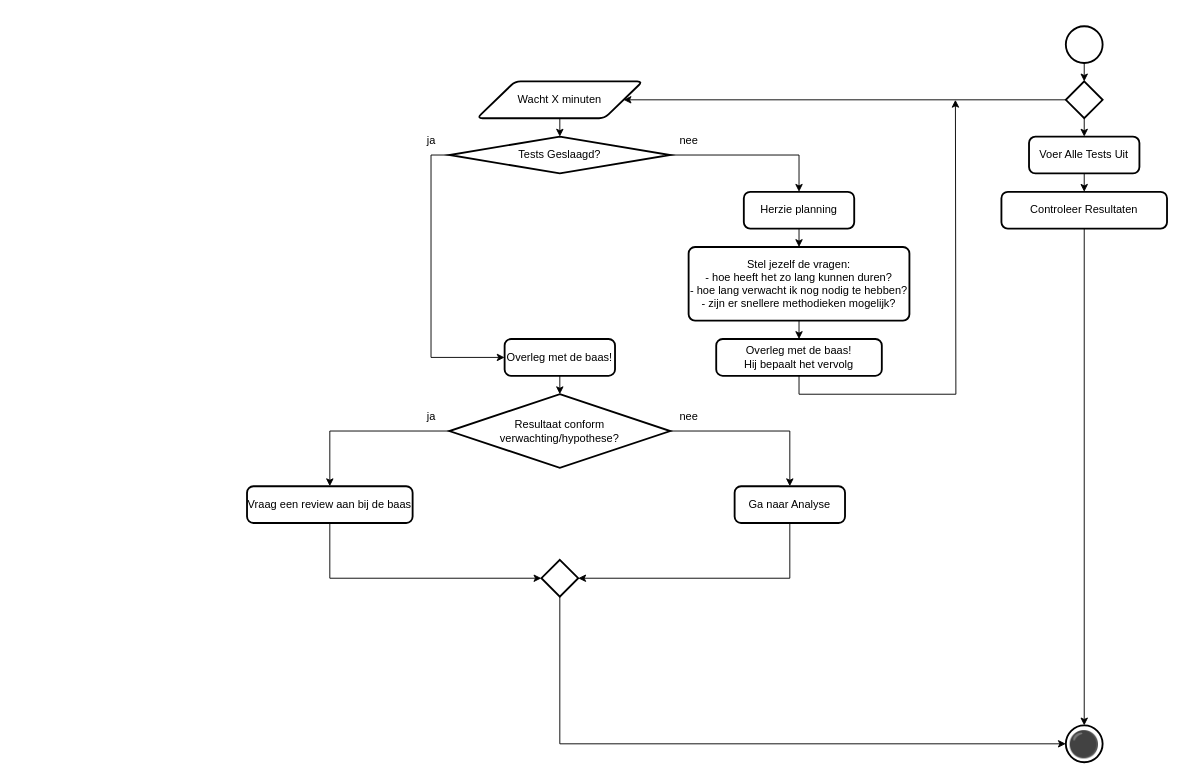
Earlier version of the draw.io diagram 5 Issue Tracker test.drawio (Zaibatsu89/IssueTracker). Source tidied: cells renumbered, new cells numbered last; positions are measured from the earlier drawing's top-left corner, leaving out a move shared by most shapes. Both pictures are drawn from the tidied source at 92%, with x=0, y=0 at pixel (247, 26).
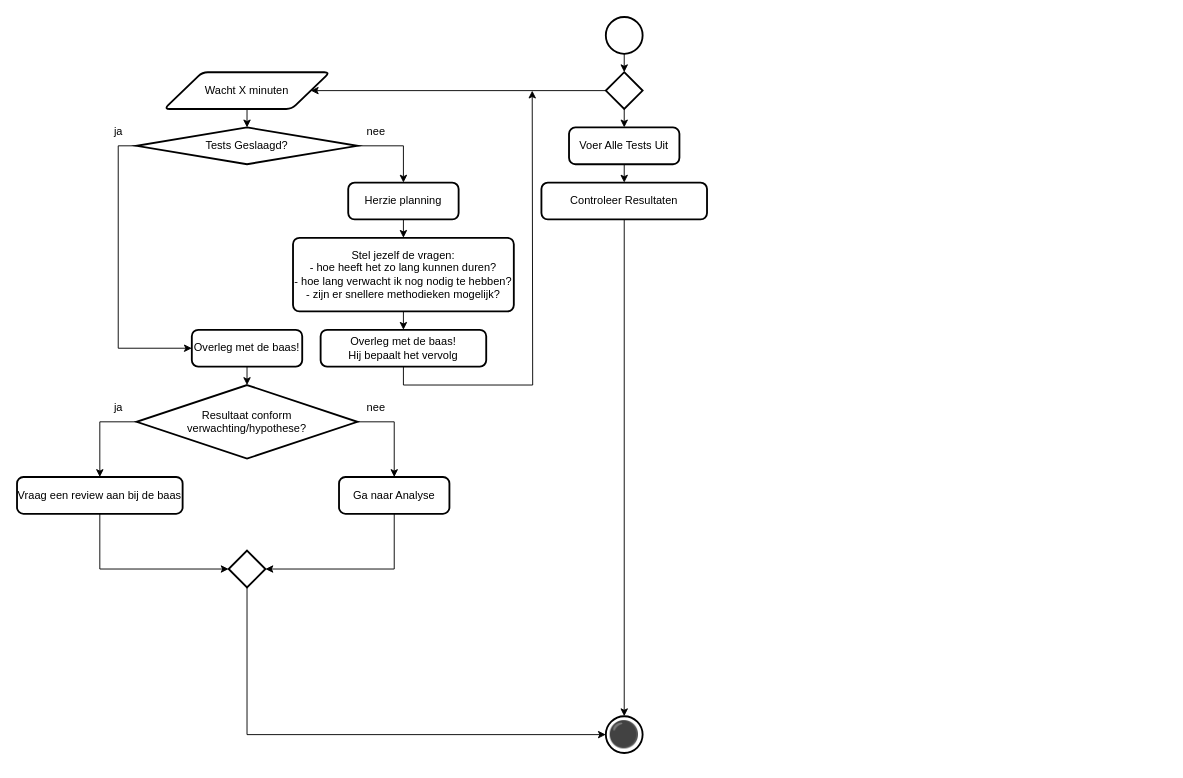
The same page after the edit.

The edit, as a diff of the source:
```diff
@@
     <mxCell id="2" style="strokeWidth=2;html=1;shape=mxgraph.flowchart.start_2;whiteSpace=wrap;" parent="1" vertex="1">
-      <mxGeometry x="890" width="40" height="40" as="geometry" />
+      <mxGeometry x="390" y="-10" width="40" height="40" as="geometry" />
     </mxCell>
@@
     <mxCell id="4" value="Voer Alle Tests Uit" style="rounded=1;whiteSpace=wrap;html=1;absoluteArcSize=1;arcSize=14;strokeWidth=2;" parent="1" vertex="1">
-      <mxGeometry x="850" y="120" width="120" height="40" as="geometry" />
+      <mxGeometry x="350" y="110" width="120" height="40" as="geometry" />
     </mxCell>
     <mxCell id="5" value="Controleer Resultaten" style="rounded=1;whiteSpace=wrap;html=1;absoluteArcSize=1;arcSize=14;strokeWidth=2;" parent="1" vertex="1">
-      <mxGeometry x="820" y="180" width="180" height="40" as="geometry" />
+      <mxGeometry x="320" y="170" width="180" height="40" as="geometry" />
     </mxCell>
@@
     <mxCell id="8" value="Tests Geslaagd?" style="strokeWidth=2;html=1;shape=mxgraph.flowchart.decision;whiteSpace=wrap;" parent="1" vertex="1">
-      <mxGeometry x="220" y="120" width="240" height="40" as="geometry" />
+      <mxGeometry x="-120" y="110" width="240" height="40" as="geometry" />
     </mxCell>
     <mxCell id="9" value="Vraag een review aan bij de baas" style="rounded=1;whiteSpace=wrap;html=1;absoluteArcSize=1;arcSize=14;strokeWidth=2;" parent="1" vertex="1">
-      <mxGeometry y="500" width="180" height="40" as="geometry" />
+      <mxGeometry x="-250" y="490" width="180" height="40" as="geometry" />
     </mxCell>
     <mxCell id="10" value="Ga naar Analyse" style="rounded=1;whiteSpace=wrap;html=1;absoluteArcSize=1;arcSize=14;strokeWidth=2;" parent="1" vertex="1">
-      <mxGeometry x="530" y="500" width="120" height="40" as="geometry" />
+      <mxGeometry x="100" y="490" width="120" height="40" as="geometry" />
     </mxCell>
     <mxCell id="11" value="ja" style="text;html=1;align=center;verticalAlign=middle;strokeColor=none;fillColor=none;" parent="1" vertex="1">
-      <mxGeometry x="185" y="110" width="30" height="30" as="geometry" />
+      <mxGeometry x="-155" y="100" width="30" height="30" as="geometry" />
     </mxCell>
     <mxCell id="12" value="nee" style="text;html=1;align=center;verticalAlign=middle;strokeColor=none;fillColor=none;" parent="1" vertex="1">
-      <mxGeometry x="460" y="110" width="40" height="30" as="geometry" />
+      <mxGeometry x="120" y="100" width="40" height="30" as="geometry" />
     </mxCell>
     <mxCell id="13" value="Overleg met de baas!" style="rounded=1;whiteSpace=wrap;html=1;absoluteArcSize=1;arcSize=14;strokeWidth=2;" parent="1" vertex="1">
-      <mxGeometry x="280" y="340" width="120" height="40" as="geometry" />
+      <mxGeometry x="-60" y="330" width="120" height="40" as="geometry" />
     </mxCell>
@@
     <mxCell id="16" value="Resultaat conform&lt;br&gt;verwachting/hypothese?" style="strokeWidth=2;html=1;shape=mxgraph.flowchart.decision;whiteSpace=wrap;" parent="1" vertex="1">
-      <mxGeometry x="220" y="400" width="240" height="80" as="geometry" />
+      <mxGeometry x="-120" y="390" width="240" height="80" as="geometry" />
     </mxCell>
     <mxCell id="17" value="ja" style="text;html=1;align=center;verticalAlign=middle;strokeColor=none;fillColor=none;" parent="1" vertex="1">
-      <mxGeometry x="185" y="410" width="30" height="30" as="geometry" />
+      <mxGeometry x="-155" y="400" width="30" height="30" as="geometry" />
     </mxCell>
     <mxCell id="18" value="nee" style="text;html=1;align=center;verticalAlign=middle;strokeColor=none;fillColor=none;" parent="1" vertex="1">
-      <mxGeometry x="460" y="410" width="40" height="30" as="geometry" />
+      <mxGeometry x="120" y="400" width="40" height="30" as="geometry" />
     </mxCell>
@@
     <mxCell id="22" style="strokeWidth=2;html=1;shape=mxgraph.flowchart.decision;whiteSpace=wrap;" parent="1" vertex="1">
-      <mxGeometry x="890" y="60" width="40" height="40" as="geometry" />
+      <mxGeometry x="390" y="50" width="40" height="40" as="geometry" />
     </mxCell>
@@
     <mxCell id="24" value="Wacht X minuten" style="shape=parallelogram;html=1;strokeWidth=2;perimeter=parallelogramPerimeter;whiteSpace=wrap;rounded=1;arcSize=12;size=0.23;" parent="1" vertex="1">
-      <mxGeometry x="250" y="60" width="180" height="40" as="geometry" />
+      <mxGeometry x="-90" y="50" width="180" height="40" as="geometry" />
     </mxCell>
@@
     <mxCell id="27" value="Herzie planning" style="rounded=1;whiteSpace=wrap;html=1;absoluteArcSize=1;arcSize=14;strokeWidth=2;" parent="1" vertex="1">
-      <mxGeometry x="540" y="180" width="120" height="40" as="geometry" />
+      <mxGeometry x="110" y="170" width="120" height="40" as="geometry" />
     </mxCell>
@@
     <mxCell id="29" value="Stel jezelf de vragen:&lt;div&gt;- hoe heeft het zo lang kunnen duren?&lt;/div&gt;&lt;div&gt;- hoe lang verwacht ik nog nodig te hebben?&lt;/div&gt;&lt;div&gt;- zijn er snellere methodieken mogelijk?&lt;/div&gt;" style="rounded=1;whiteSpace=wrap;html=1;absoluteArcSize=1;arcSize=14;strokeWidth=2;" parent="1" vertex="1">
-      <mxGeometry x="480" y="240" width="240" height="80" as="geometry" />
+      <mxGeometry x="50" y="230" width="240" height="80" as="geometry" />
     </mxCell>
-    <mxCell id="30" style="edgeStyle=orthogonalEdgeStyle;rounded=0;jettySize=auto;html=1;exitX=0.5;exitY=1;exitDx=0;exitDy=0;" parent="1" edge="1" source="31">
-      <mxGeometry relative="1" as="geometry">
-        <mxPoint x="770" y="80" as="targetPoint" />
-      </mxGeometry>
-    </mxCell>
+    <mxCell id="38" style="edgeStyle=orthogonalEdgeStyle;rounded=0;jettySize=auto;html=1;exitX=0.5;exitY=1;exitDx=0;exitDy=0;" parent="1" edge="1" source="31">
+      <mxGeometry relative="1" as="geometry">
+        <mxPoint x="310" y="70" as="targetPoint" />
+      </mxGeometry>
+    </mxCell>
     <mxCell id="31" value="Overleg met de baas!&lt;br&gt;Hij bepaalt het vervolg" style="rounded=1;whiteSpace=wrap;html=1;absoluteArcSize=1;arcSize=14;strokeWidth=2;" parent="1" vertex="1">
-      <mxGeometry x="510" y="340" width="180" height="40" as="geometry" />
+      <mxGeometry x="80" y="330" width="180" height="40" as="geometry" />
     </mxCell>
     <mxCell id="32" value="⚫" style="strokeWidth=2;html=1;shape=mxgraph.flowchart.start_2;whiteSpace=wrap;fontSize=28;" parent="1" vertex="1">
-      <mxGeometry x="890" y="760" width="40" height="40" as="geometry" />
+      <mxGeometry x="390" y="750" width="40" height="40" as="geometry" />
     </mxCell>
@@
     <mxCell id="34" style="strokeWidth=2;html=1;shape=mxgraph.flowchart.decision;whiteSpace=wrap;" parent="1" vertex="1">
-      <mxGeometry x="320" y="580" width="40" height="40" as="geometry" />
+      <mxGeometry x="-20" y="570" width="40" height="40" as="geometry" />
     </mxCell>
```
